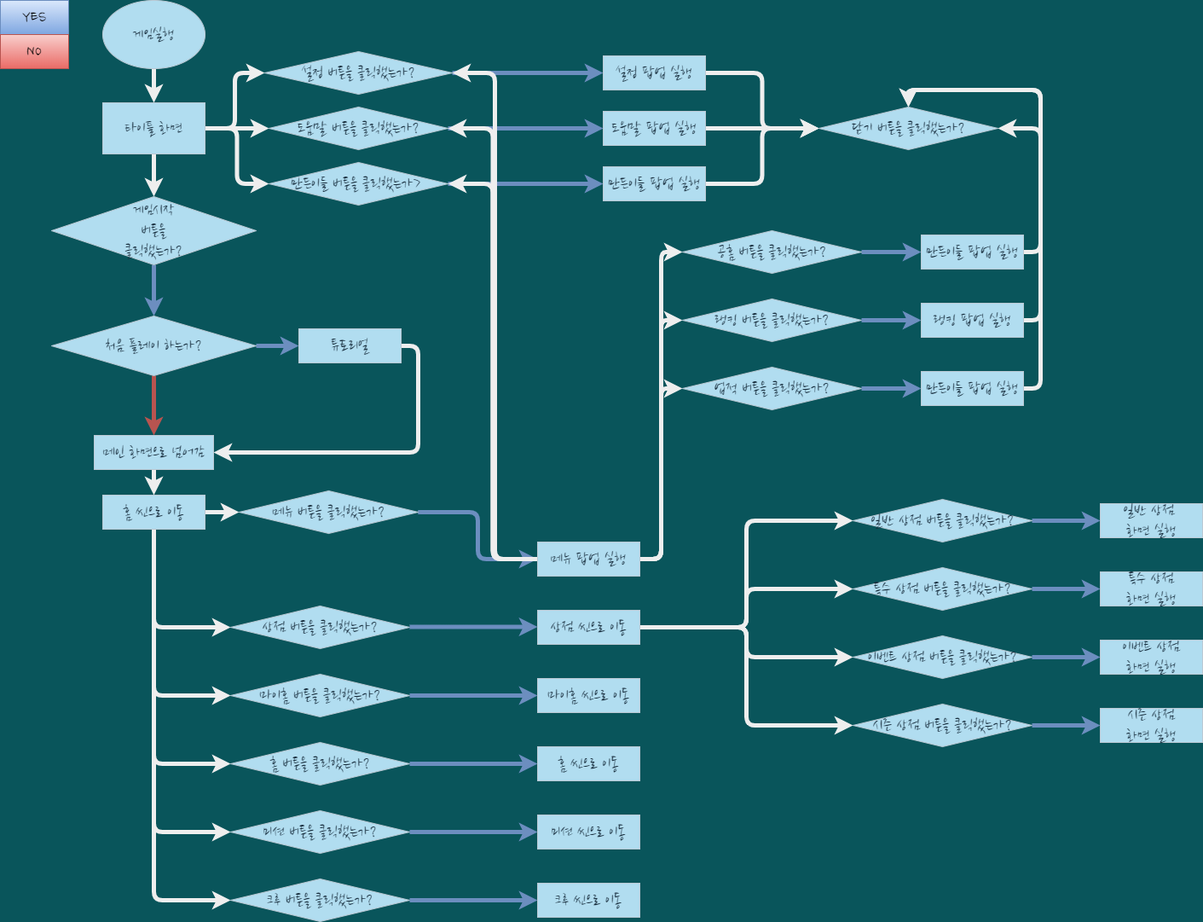
Above: gameplay_flowchat.drawio.png in kinesis19/stac_project_SME (draw.io), before the change. Source tidied: cells renumbered, new cells last; positions are measured from the earlier drawing's top-left corner, leaving out a move shared by most shapes.
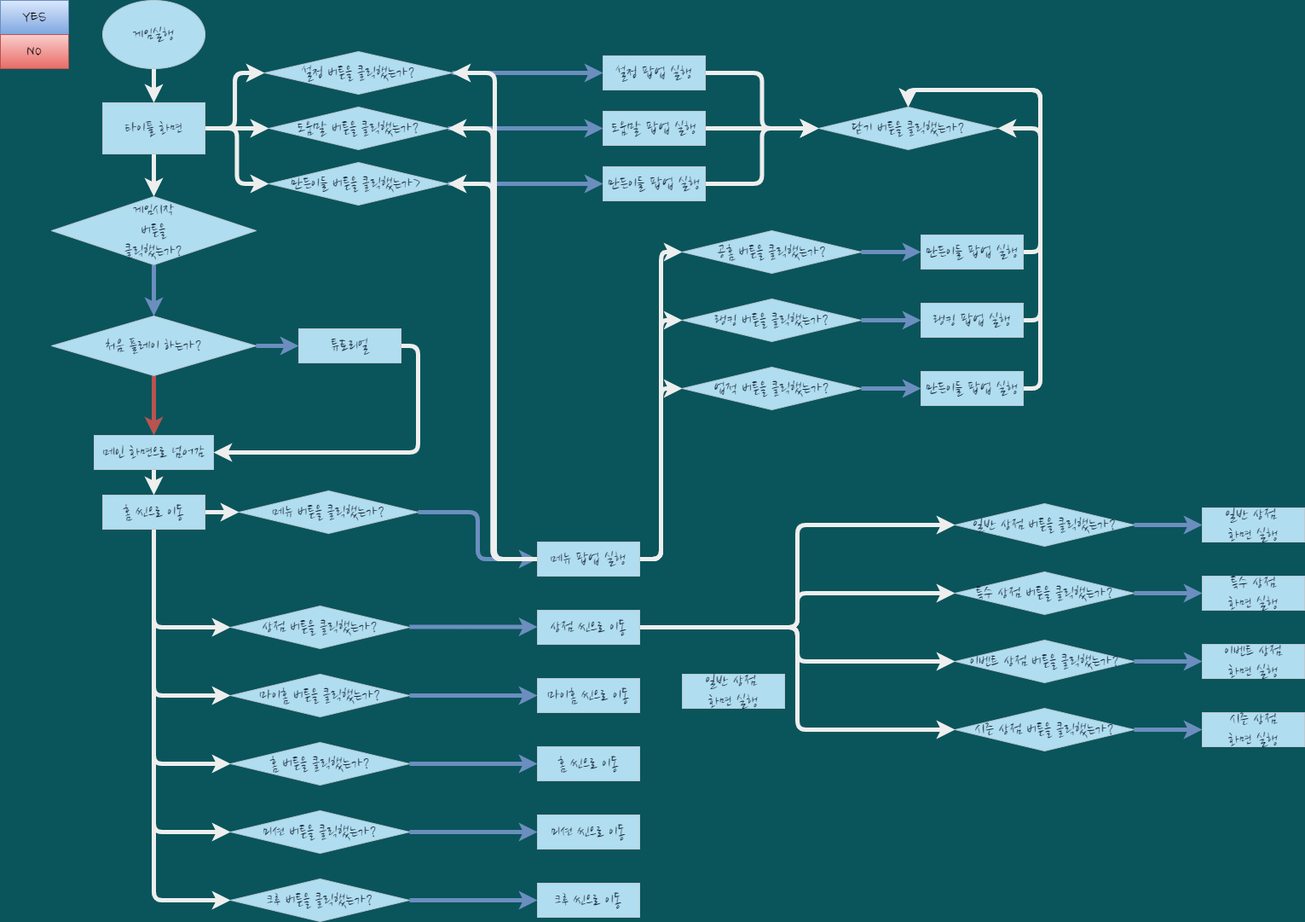
Above is the later version.

The edit, as a diff of the source:
```diff
@@ -257,43 +257,46 @@
       <mxGeometry relative="1" as="geometry" />
     </mxCell>
     <mxCell id="81" value="일반 상점 버튼을 클릭했는가?" style="rhombus;whiteSpace=wrap;html=1;rounded=0;sketch=0;fontFamily=Nanum Brush Script;fontSource=https%3A%2F%2Ffonts.googleapis.com%2Fcss%3Ffamily%3DNanum%2BBrush%2BScript;fontSize=20;fillColor=#B1DDF0;strokeColor=#BAC8D3;fontColor=#182E3E;" parent="1" vertex="1">
-      <mxGeometry x="1000" y="585" width="210" height="50" as="geometry" />
+      <mxGeometry x="1120" y="590" width="210" height="50" as="geometry" />
     </mxCell>
     <mxCell id="82" value="특수 상점 버튼을 클릭했는가?" style="rhombus;whiteSpace=wrap;html=1;rounded=0;sketch=0;fontFamily=Nanum Brush Script;fontSource=https%3A%2F%2Ffonts.googleapis.com%2Fcss%3Ffamily%3DNanum%2BBrush%2BScript;fontSize=20;fillColor=#B1DDF0;strokeColor=#BAC8D3;fontColor=#182E3E;" parent="1" vertex="1">
-      <mxGeometry x="1000" y="665" width="210" height="50" as="geometry" />
+      <mxGeometry x="1120" y="670" width="210" height="50" as="geometry" />
     </mxCell>
     <mxCell id="83" value="이벤트 상점 버튼을 클릭했는가?" style="rhombus;whiteSpace=wrap;html=1;rounded=0;sketch=0;fontFamily=Nanum Brush Script;fontSource=https%3A%2F%2Ffonts.googleapis.com%2Fcss%3Ffamily%3DNanum%2BBrush%2BScript;fontSize=20;fillColor=#B1DDF0;strokeColor=#BAC8D3;fontColor=#182E3E;" parent="1" vertex="1">
-      <mxGeometry x="1000" y="745" width="210" height="50" as="geometry" />
+      <mxGeometry x="1120" y="750" width="210" height="50" as="geometry" />
     </mxCell>
     <mxCell id="84" value="시즌 상점 버튼을 클릭했는가?" style="rhombus;whiteSpace=wrap;html=1;rounded=0;sketch=0;fontFamily=Nanum Brush Script;fontSource=https%3A%2F%2Ffonts.googleapis.com%2Fcss%3Ffamily%3DNanum%2BBrush%2BScript;fontSize=20;fillColor=#B1DDF0;strokeColor=#BAC8D3;fontColor=#182E3E;" parent="1" vertex="1">
-      <mxGeometry x="1000" y="825" width="210" height="50" as="geometry" />
+      <mxGeometry x="1120" y="830" width="210" height="50" as="geometry" />
     </mxCell>
     <mxCell id="85" value="일반 상점 &lt;br&gt;화면 실행" style="rounded=0;whiteSpace=wrap;html=1;sketch=0;fontFamily=Nanum Brush Script;fontSource=https%3A%2F%2Ffonts.googleapis.com%2Fcss%3Ffamily%3DNanum%2BBrush%2BScript;fontSize=20;fillColor=#B1DDF0;strokeColor=#BAC8D3;fontColor=#182E3E;" parent="1" vertex="1">
-      <mxGeometry x="1290" y="590" width="120" height="40" as="geometry" />
+      <mxGeometry x="1410" y="595" width="120" height="40" as="geometry" />
     </mxCell>
     <mxCell id="86" style="edgeStyle=orthogonalEdgeStyle;curved=0;rounded=1;sketch=0;jettySize=auto;html=1;exitX=1;exitY=0.5;exitDx=0;exitDy=0;entryX=0;entryY=0.5;entryDx=0;entryDy=0;fontColor=#FFFFFF;strokeColor=#6c8ebf;strokeWidth=5;fillColor=#dae8fc;gradientColor=#7ea6e0;" parent="1" edge="1" target="87">
       <mxGeometry relative="1" as="geometry">
-        <mxPoint x="1210" y="690" as="sourcePoint" />
+        <mxPoint x="1330" y="695" as="sourcePoint" />
       </mxGeometry>
     </mxCell>
     <mxCell id="87" value="특수 상점&lt;br&gt;화면 실행" style="rounded=0;whiteSpace=wrap;html=1;sketch=0;fontFamily=Nanum Brush Script;fontSource=https%3A%2F%2Ffonts.googleapis.com%2Fcss%3Ffamily%3DNanum%2BBrush%2BScript;fontSize=20;fillColor=#B1DDF0;strokeColor=#BAC8D3;fontColor=#182E3E;" parent="1" vertex="1">
-      <mxGeometry x="1290" y="670" width="120" height="40" as="geometry" />
+      <mxGeometry x="1410" y="675" width="120" height="40" as="geometry" />
     </mxCell>
     <mxCell id="88" style="edgeStyle=orthogonalEdgeStyle;curved=0;rounded=1;sketch=0;jettySize=auto;html=1;exitX=1;exitY=0.5;exitDx=0;exitDy=0;entryX=0;entryY=0.5;entryDx=0;entryDy=0;fontColor=#FFFFFF;strokeColor=#6c8ebf;strokeWidth=5;fillColor=#dae8fc;gradientColor=#7ea6e0;" parent="1" edge="1" target="89">
       <mxGeometry relative="1" as="geometry">
-        <mxPoint x="1210" y="770" as="sourcePoint" />
+        <mxPoint x="1330" y="775" as="sourcePoint" />
       </mxGeometry>
     </mxCell>
     <mxCell id="89" value="이벤트 상점&lt;br&gt;화면 실행" style="rounded=0;whiteSpace=wrap;html=1;sketch=0;fontFamily=Nanum Brush Script;fontSource=https%3A%2F%2Ffonts.googleapis.com%2Fcss%3Ffamily%3DNanum%2BBrush%2BScript;fontSize=20;fillColor=#B1DDF0;strokeColor=#BAC8D3;fontColor=#182E3E;" parent="1" vertex="1">
-      <mxGeometry x="1290" y="750" width="120" height="40" as="geometry" />
+      <mxGeometry x="1410" y="755" width="120" height="40" as="geometry" />
     </mxCell>
     <mxCell id="90" style="edgeStyle=orthogonalEdgeStyle;curved=0;rounded=1;sketch=0;jettySize=auto;html=1;exitX=1;exitY=0.5;exitDx=0;exitDy=0;entryX=0;entryY=0.5;entryDx=0;entryDy=0;fontColor=#FFFFFF;strokeColor=#6c8ebf;strokeWidth=5;fillColor=#dae8fc;gradientColor=#7ea6e0;" parent="1" edge="1" target="91">
       <mxGeometry relative="1" as="geometry">
-        <mxPoint x="1210" y="850" as="sourcePoint" />
+        <mxPoint x="1330" y="855" as="sourcePoint" />
       </mxGeometry>
     </mxCell>
     <mxCell id="91" value="시즌 상점&lt;br&gt;화면 실행" style="rounded=0;whiteSpace=wrap;html=1;sketch=0;fontFamily=Nanum Brush Script;fontSource=https%3A%2F%2Ffonts.googleapis.com%2Fcss%3Ffamily%3DNanum%2BBrush%2BScript;fontSize=20;fillColor=#B1DDF0;strokeColor=#BAC8D3;fontColor=#182E3E;" parent="1" vertex="1">
-      <mxGeometry x="1290" y="830" width="120" height="40" as="geometry" />
+      <mxGeometry x="1410" y="835" width="120" height="40" as="geometry" />
     </mxCell>
+    <mxCell id="92" value="일반 상점 &lt;br&gt;화면 실행" style="rounded=0;whiteSpace=wrap;html=1;sketch=0;fontFamily=Nanum Brush Script;fontSource=https%3A%2F%2Ffonts.googleapis.com%2Fcss%3Ffamily%3DNanum%2BBrush%2BScript;fontSize=20;fillColor=#B1DDF0;strokeColor=#BAC8D3;fontColor=#182E3E;" parent="1" vertex="1">
+      <mxGeometry x="800" y="790" width="120" height="40" as="geometry" />
+    </mxCell>
   </root>
 </mxGraphModel>
```
